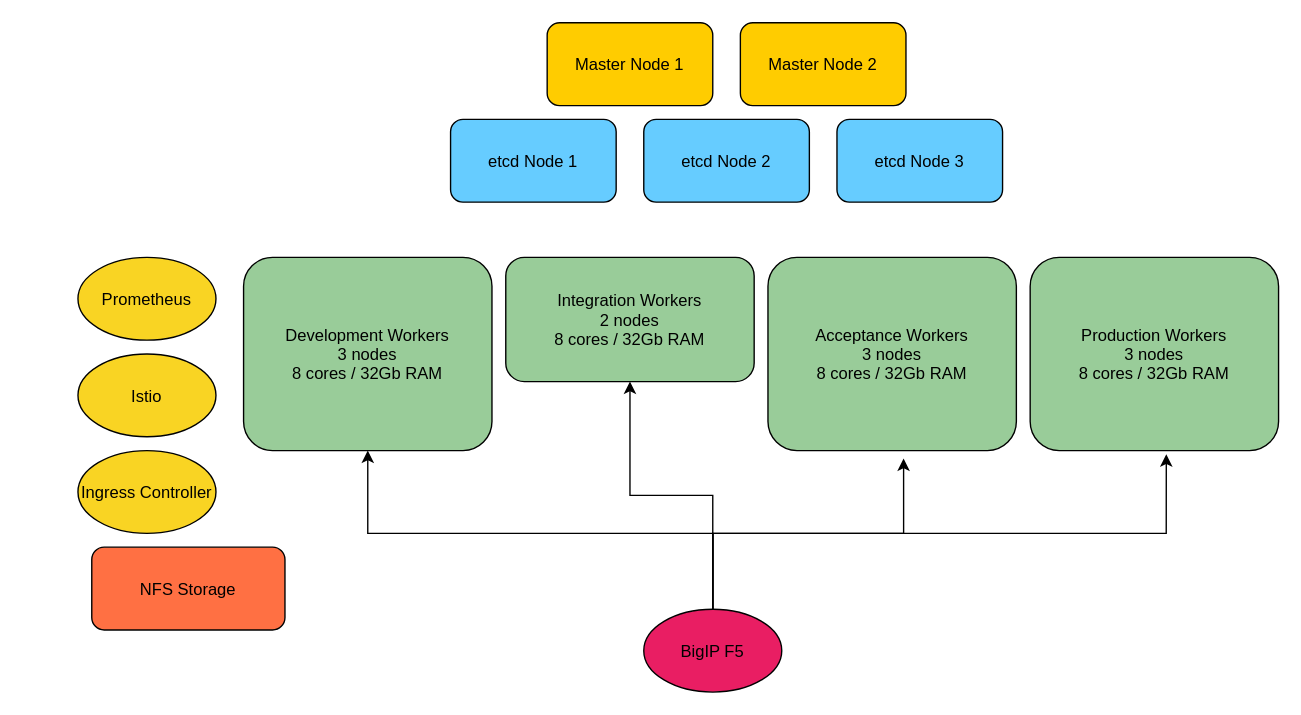
Before: Untitled Diagram.drawio in l-mathias/drawio, a draw.io diagram. Source tidied: cells renumbered, new cells numbered last; positions are measured from the earlier drawing's top-left corner, leaving out a move shared by most shapes. Both pictures are drawn from the tidied source at 138%, with x=0, y=0 at pixel (77, 22).
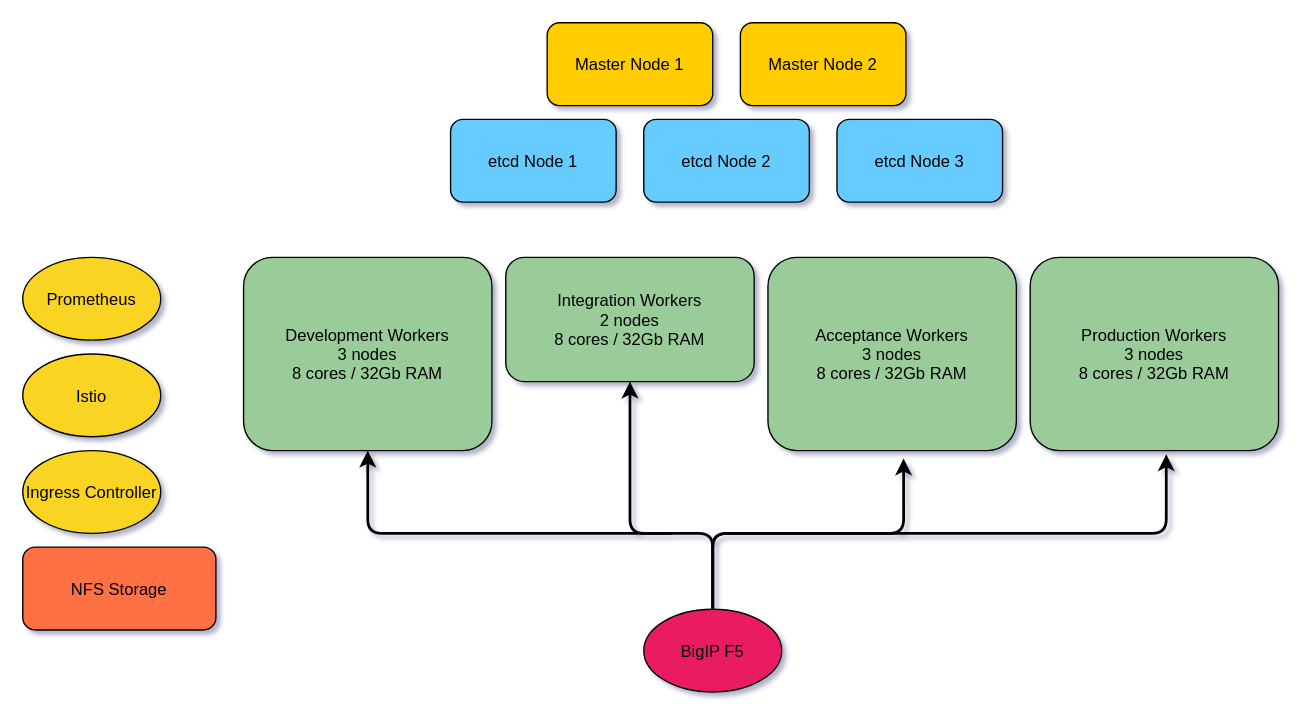
Above is the later version.

What changed in the source:
```diff
@@
-<mxGraphModel>
+<mxGraphModel shadow="1">
@@
-    <mxCell id="7" value="Development Workers&#10;3 nodes&#10;8 cores / 32Gb RAM" style="rounded=1;fillColor=#99CC99;" parent="1" vertex="1">
+    <mxCell id="7" value="Development Workers&#10;3 nodes&#10;8 cores / 32Gb RAM" style="rounded=1;fillColor=#99CC99;gradientColor=none;shadow=0;textShadow=0;" parent="1" vertex="1">
       <mxGeometry x="120" y="170" width="180" height="140" as="geometry" />
     </mxCell>
-    <mxCell id="8" value="Integration Workers&#10;2 nodes&#10;8 cores / 32Gb RAM" style="rounded=1;fillColor=#99CC99;" parent="1" vertex="1">
+    <mxCell id="8" value="Integration Workers&#10;2 nodes&#10;8 cores / 32Gb RAM" style="rounded=1;fillColor=#99CC99;gradientColor=none;shadow=0;textShadow=0;" parent="1" vertex="1">
       <mxGeometry x="310" y="170" width="180" height="90" as="geometry" />
     </mxCell>
-    <mxCell id="9" value="Acceptance Workers&#10;3 nodes&#10;8 cores / 32Gb RAM" style="rounded=1;fillColor=#99CC99;" parent="1" vertex="1">
+    <mxCell id="9" value="Acceptance Workers&#10;3 nodes&#10;8 cores / 32Gb RAM" style="rounded=1;fillColor=#99CC99;shadow=0;textShadow=0;glass=0;gradientColor=none;" parent="1" vertex="1">
       <mxGeometry x="500" y="170" width="180" height="140" as="geometry" />
     </mxCell>
-    <mxCell id="10" value="Production Workers&#10;3 nodes&#10;8 cores / 32Gb RAM" style="rounded=1;fillColor=#99CC99;" parent="1" vertex="1">
+    <mxCell id="10" value="Production Workers&#10;3 nodes&#10;8 cores / 32Gb RAM" style="rounded=1;fillColor=#99CC99;gradientColor=none;shadow=0;textShadow=0;" parent="1" vertex="1">
       <mxGeometry x="690" y="170" width="180" height="140" as="geometry" />
     </mxCell>
-    <mxCell id="11" value="Istio" style="ellipse;fillColor=#F9D423;" parent="1" vertex="1">
-      <mxGeometry y="240" width="100" height="60" as="geometry" />
+    <mxCell id="11" value="Istio" style="ellipse;fillColor=#F9D423;rounded=1;" parent="1" vertex="1">
+      <mxGeometry x="-40" y="240" width="100" height="60" as="geometry" />
     </mxCell>
-    <mxCell id="12" value="Prometheus" style="ellipse;fillColor=#F9D423;" parent="1" vertex="1">
-      <mxGeometry y="170" width="100" height="60" as="geometry" />
+    <mxCell id="12" value="Prometheus" style="ellipse;fillColor=#F9D423;rounded=1;" parent="1" vertex="1">
+      <mxGeometry x="-40" y="170" width="100" height="60" as="geometry" />
     </mxCell>
-    <mxCell id="13" value="Ingress Controller" style="ellipse;fillColor=#F9D423;" parent="1" vertex="1">
-      <mxGeometry y="310" width="100" height="60" as="geometry" />
+    <mxCell id="13" value="Ingress Controller" style="ellipse;fillColor=#F9D423;rounded=1;" parent="1" vertex="1">
+      <mxGeometry x="-40" y="310" width="100" height="60" as="geometry" />
     </mxCell>
     <mxCell id="14" value="NFS Storage" style="rounded=1;fillColor=#FF7043;" parent="1" vertex="1">
-      <mxGeometry x="10" y="380" width="140" height="60" as="geometry" />
+      <mxGeometry x="-40" y="380" width="140" height="60" as="geometry" />
     </mxCell>
-    <mxCell id="15" style="edgeStyle=orthogonalEdgeStyle;rounded=0;jettySize=auto;html=1;entryX=0.5;entryY=1;entryDx=0;entryDy=0;" parent="1" edge="1" source="17" target="7">
+    <mxCell id="15" style="edgeStyle=orthogonalEdgeStyle;rounded=1;jettySize=auto;html=1;entryX=0.5;entryY=1;entryDx=0;entryDy=0;strokeWidth=2;" parent="1" edge="1" source="17" target="7">
       <mxGeometry relative="1" as="geometry">
         <Array as="points">
           <mxPoint x="460" y="370" />
           <mxPoint x="210" y="370" />
         </Array>
       </mxGeometry>
     </mxCell>
-    <mxCell id="16" style="edgeStyle=orthogonalEdgeStyle;rounded=0;jettySize=auto;html=1;entryX=0.5;entryY=1;entryDx=0;entryDy=0;" parent="1" edge="1" source="17" target="8">
-      <mxGeometry relative="1" as="geometry" />
+    <mxCell id="16" style="edgeStyle=orthogonalEdgeStyle;rounded=1;jettySize=auto;html=1;entryX=0.5;entryY=1;entryDx=0;entryDy=0;strokeWidth=2;" parent="1" edge="1" target="8">
+      <mxGeometry relative="1" as="geometry">
+        <mxPoint x="430" y="370" as="sourcePoint" />
+        <Array as="points">
+          <mxPoint x="400" y="370" />
+        </Array>
+      </mxGeometry>
     </mxCell>
-    <mxCell id="17" value="BigIP F5" style="ellipse;fillColor=#E91E63;" parent="1" vertex="1">
+    <mxCell id="17" value="BigIP F5" style="ellipse;fillColor=#E91E63;rounded=1;" parent="1" vertex="1">
       <mxGeometry x="410" y="425" width="100" height="60" as="geometry" />
     </mxCell>
-    <mxCell id="18" style="edgeStyle=orthogonalEdgeStyle;rounded=0;jettySize=auto;html=1;entryX=0.546;entryY=1.041;entryDx=0;entryDy=0;entryPerimeter=0;" parent="1" edge="1" source="17" target="9">
+    <mxCell id="18" style="edgeStyle=orthogonalEdgeStyle;rounded=1;jettySize=auto;html=1;entryX=0.546;entryY=1.041;entryDx=0;entryDy=0;entryPerimeter=0;strokeColor=default;strokeWidth=2;" parent="1" edge="1" source="17" target="9">
       <mxGeometry relative="1" as="geometry">
         <Array as="points">
           <mxPoint x="460" y="370" />
           <mxPoint x="598" y="370" />
         </Array>
       </mxGeometry>
     </mxCell>
-    <mxCell id="19" style="edgeStyle=orthogonalEdgeStyle;rounded=0;jettySize=auto;html=1;entryX=0.548;entryY=1.019;entryDx=0;entryDy=0;entryPerimeter=0;" parent="1" edge="1" source="17" target="10">
+    <mxCell id="19" style="edgeStyle=orthogonalEdgeStyle;rounded=1;jettySize=auto;html=1;entryX=0.548;entryY=1.019;entryDx=0;entryDy=0;entryPerimeter=0;strokeWidth=2;" parent="1" edge="1" source="17" target="10">
       <mxGeometry relative="1" as="geometry">
         <Array as="points">
           <mxPoint x="460" y="370" />
           <mxPoint x="789" y="370" />
         </Array>
       </mxGeometry>
     </mxCell>
```
